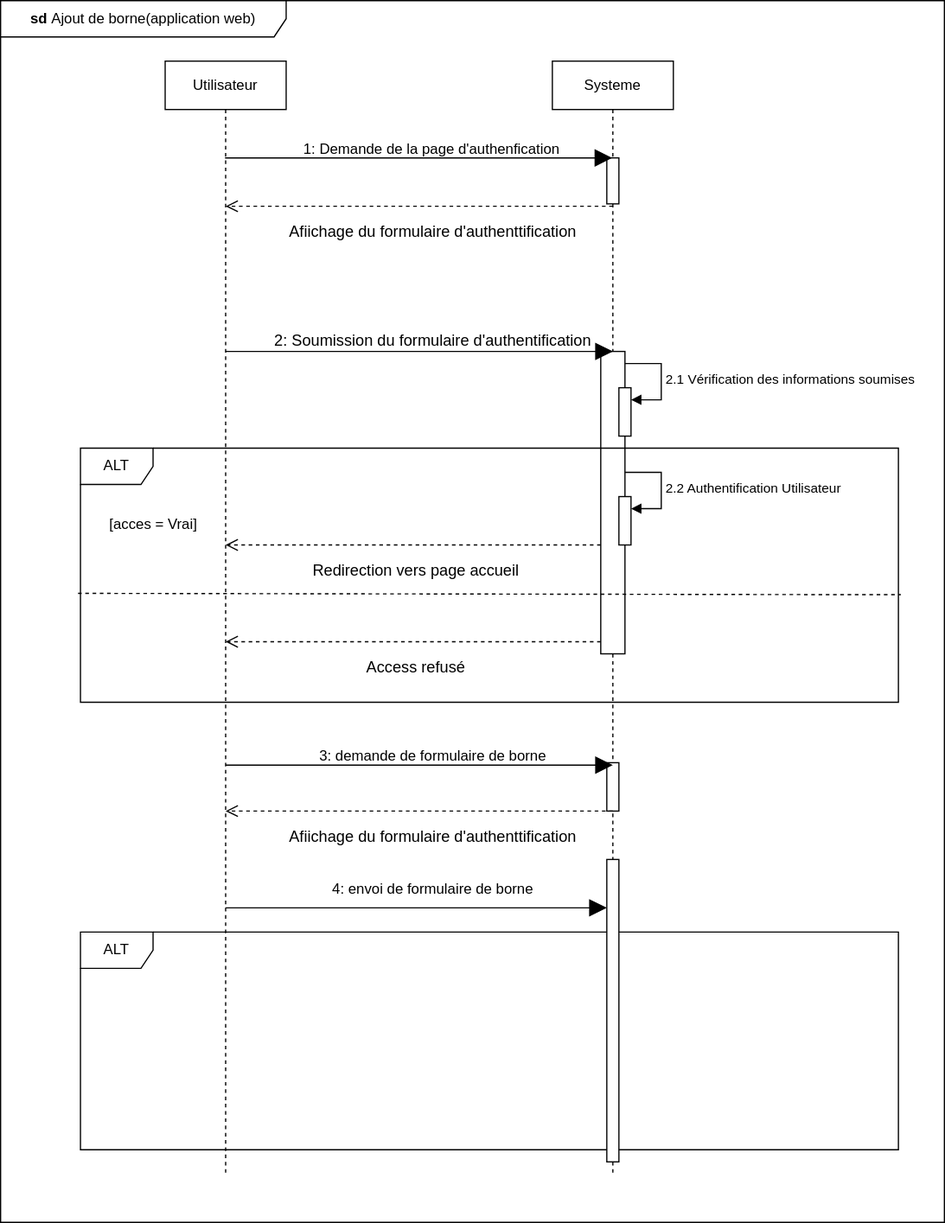
This is static/Diagramme de séquence ajout de borne dans flask .drawio.svg from Siluearsene/borne_biometrique, a draw.io export, as it was before one commit. Source tidied: cells renumbered, new cells last; positions are measured from the earlier drawing's top-left corner, leaving out a move shared by most shapes.
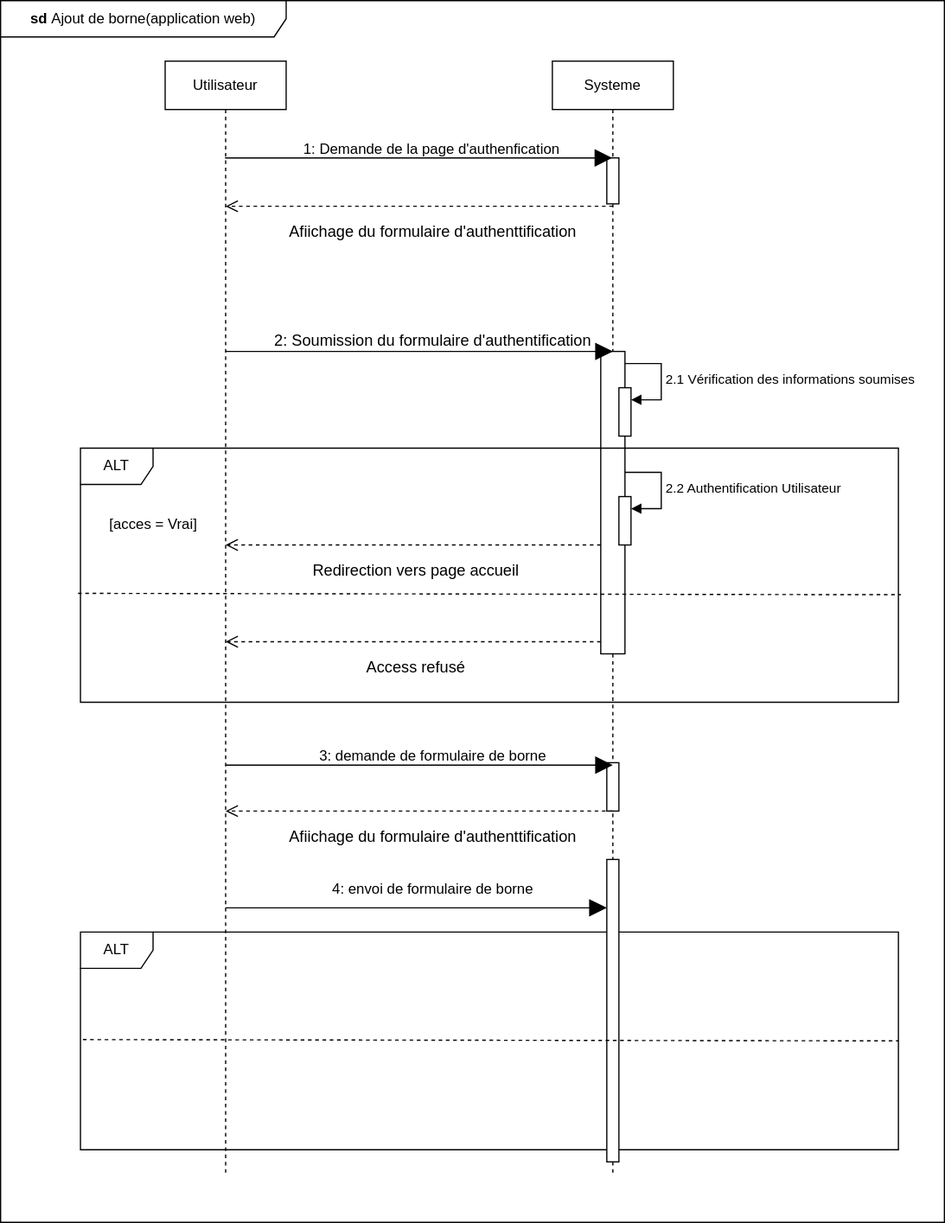
After the change.

Commit message:
Mettre à jour Diagramme de séquence ajout de borne dans flask .drawio.svg

The edit, as a diff of the source:
```diff
@@ -155,5 +155,10 @@
     <mxCell id="32" style="html=1;points=[];perimeter=orthogonalPerimeter;outlineConnect=0;targetShapes=umlLifeline;portConstraint=eastwest;newEdgeStyle={&quot;edgeStyle&quot;:&quot;elbowEdgeStyle&quot;,&quot;elbow&quot;:&quot;vertical&quot;,&quot;curved&quot;:0,&quot;rounded&quot;:0};rounded=0;" parent="1" vertex="1">
       <mxGeometry x="501" y="710" width="10" height="250" as="geometry" />
     </mxCell>
+    <mxCell id="33" style="endArrow=none;html=1;rounded=0;exitX=0.003;exitY=0.494;exitDx=0;exitDy=0;exitPerimeter=0;dashed=1;" parent="1" edge="1" source="31">
+      <mxGeometry relative="1" as="geometry">
+        <mxPoint x="742" y="860" as="targetPoint" />
+      </mxGeometry>
+    </mxCell>
   </root>
 </mxGraphModel>
```
